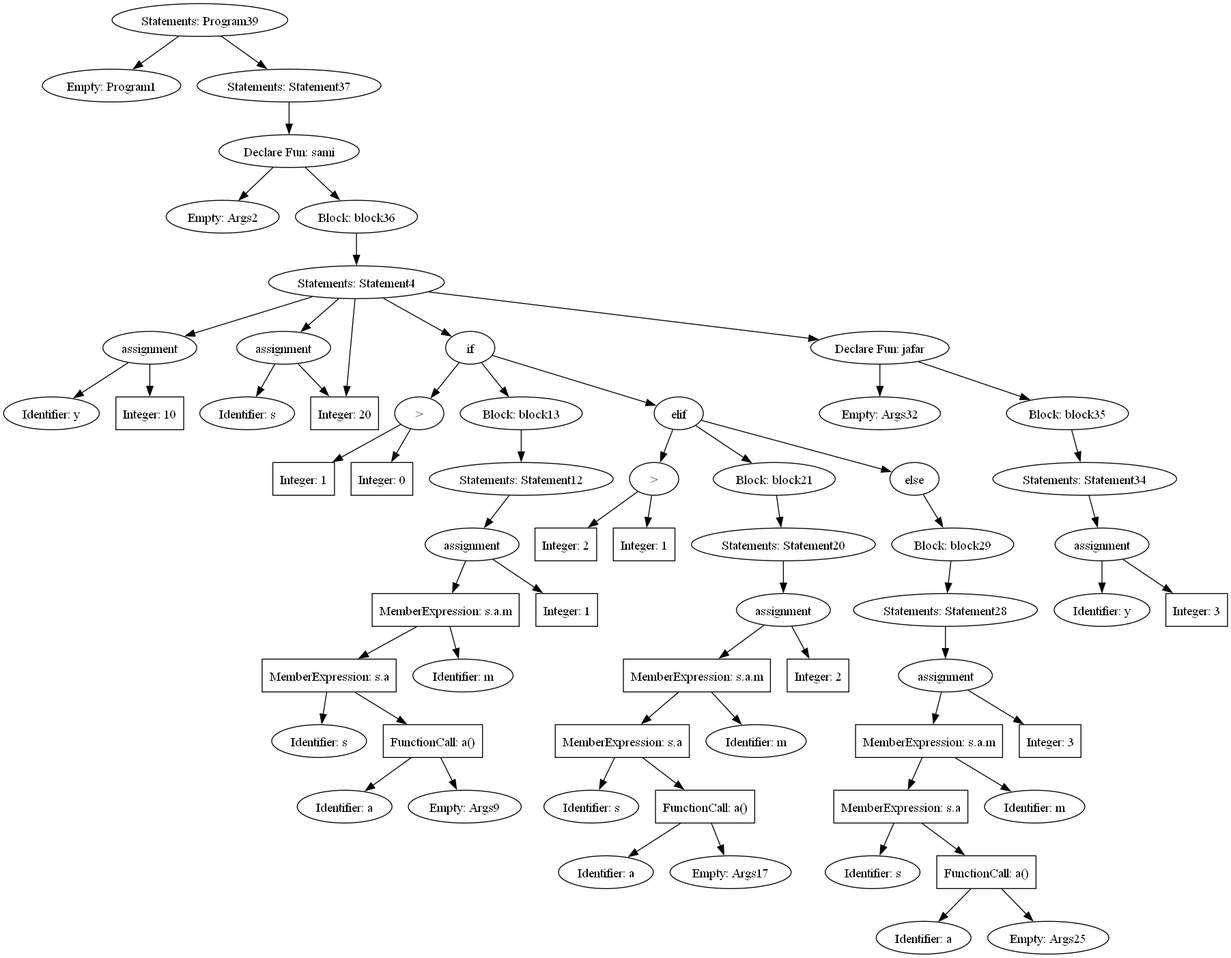
Above: test.png in ironicDude/compiler (Graphviz), before the change. Its source is kept beside it as test.gv.
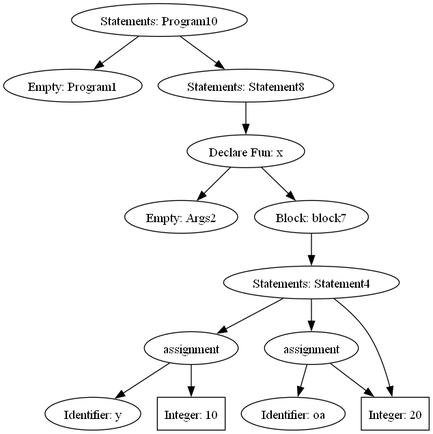
After the commit.

Commit message:
added while and del statements

Change to the diagram source:
```diff
@@ -1,16 +1,16 @@
 digraph G {
-	Program39 [label="Statements: Program39"]
-	Program39 -> Program1;
+	Program10 [label="Statements: Program10"]
+	Program10 -> Program1;
 	Program1 [label="Empty: Program1"]
-	Program39 -> Statement37;
-	Statement37 [label="Statements: Statement37"]
-	Statement37 -> sami;
-	sami [label="Declare Fun: sami"]
-	sami -> Args2;
+	Program10 -> Statement8;
+	Statement8 [label="Statements: Statement8"]
+	Statement8 -> x;
+	x [label="Declare Fun: x"]
+	x -> Args2;
 	Args2 [label="Empty: Args2"]
-	sami -> block36;
-	block36 [label="Block: block36"]
-	block36 -> Statement4;
+	x -> block7;
+	block7 [label="Block: block7"]
+	block7 -> Statement4;
 	Statement4 [label="Statements: Statement4"]
 	Statement4 -> assignment4;
 	assignment4 [label="assignment"]
@@ -21,107 +21,9 @@
 	Statement4 -> assignment7;
 	assignment7 [label="assignment"]
 	assignment7 -> identifire6;
-	identifire6 [label="Identifier: s"]
+	identifire6 [label="Identifier: oa"]
 	assignment7 -> INTEGER4;
 	INTEGER4 [shape=box,label="Integer: 20"]
 	Statement4 -> INTEGER4;
 	INTEGER4 [shape=box,label="Integer: 20"]
-	Statement4 -> ConditionalStatement_if15;
-	ConditionalStatement_if15 [label="if"]
-	ConditionalStatement_if15 -> BinaryLogicalExpression_INTEGER5GREATERTHANINTEGER6;
-	BinaryLogicalExpression_INTEGER5GREATERTHANINTEGER6 [label=">"]
-	BinaryLogicalExpression_INTEGER5GREATERTHANINTEGER6 -> INTEGER5;
-	INTEGER5 [shape=box,label="Integer: 1"]
-	BinaryLogicalExpression_INTEGER5GREATERTHANINTEGER6 -> INTEGER6;
-	INTEGER6 [shape=box,label="Integer: 0"]
-	ConditionalStatement_if15 -> block13;
-	block13 [label="Block: block13"]
-	block13 -> Statement12;
-	Statement12 [label="Statements: Statement12"]
-	Statement12 -> assignment12;
-	assignment12 [label="assignment"]
-	assignment12 -> identifire8a10identifire11;
-	identifire8a10identifire11 [shape=box,label="MemberExpression: s.a.m"]
-	identifire8a10identifire11 -> identifire8a10;
-	identifire8a10 [shape=box,label="MemberExpression: s.a"]
-	identifire8a10 -> identifire8;
-	identifire8 [label="Identifier: s"]
-	identifire8a10 -> a10;
-	a10 [shape=box,label="FunctionCall: a()"]
-	a10 -> IDENTIFIER8;
-	IDENTIFIER8 [label="Identifier: a"]
-	a10 -> Args9;
-	Args9 [label="Empty: Args9"]
-	identifire8a10identifire11 -> identifire11;
-	identifire11 [label="Identifier: m"]
-	assignment12 -> INTEGER10;
-	INTEGER10 [shape=box,label="Integer: 1"]
-	ConditionalStatement_if15 -> ConditionalStatement_elif23;
-	ConditionalStatement_elif23 [label="elif"]
-	ConditionalStatement_elif23 -> BinaryLogicalExpression_INTEGER11GREATERTHANINTEGER12;
-	BinaryLogicalExpression_INTEGER11GREATERTHANINTEGER12 [label=">"]
-	BinaryLogicalExpression_INTEGER11GREATERTHANINTEGER12 -> INTEGER11;
-	INTEGER11 [shape=box,label="Integer: 2"]
-	BinaryLogicalExpression_INTEGER11GREATERTHANINTEGER12 -> INTEGER12;
-	INTEGER12 [shape=box,label="Integer: 1"]
-	ConditionalStatement_elif23 -> block21;
-	block21 [label="Block: block21"]
-	block21 -> Statement20;
-	Statement20 [label="Statements: Statement20"]
-	Statement20 -> assignment20;
-	assignment20 [label="assignment"]
-	assignment20 -> identifire16a18identifire19;
-	identifire16a18identifire19 [shape=box,label="MemberExpression: s.a.m"]
-	identifire16a18identifire19 -> identifire16a18;
-	identifire16a18 [shape=box,label="MemberExpression: s.a"]
-	identifire16a18 -> identifire16;
-	identifire16 [label="Identifier: s"]
-	identifire16a18 -> a18;
-	a18 [shape=box,label="FunctionCall: a()"]
-	a18 -> IDENTIFIER14;
-	IDENTIFIER14 [label="Identifier: a"]
-	a18 -> Args17;
-	Args17 [label="Empty: Args17"]
-	identifire16a18identifire19 -> identifire19;
-	identifire19 [label="Identifier: m"]
-	assignment20 -> INTEGER16;
-	INTEGER16 [shape=box,label="Integer: 2"]
-	ConditionalStatement_elif23 -> ConditionalStatement_else31;
-	ConditionalStatement_else31 [label="else"]
-	ConditionalStatement_else31 -> block29;
-	block29 [label="Block: block29"]
-	block29 -> Statement28;
-	Statement28 [label="Statements: Statement28"]
-	Statement28 -> assignment28;
-	assignment28 [label="assignment"]
-	assignment28 -> identifire24a26identifire27;
-	identifire24a26identifire27 [shape=box,label="MemberExpression: s.a.m"]
-	identifire24a26identifire27 -> identifire24a26;
-	identifire24a26 [shape=box,label="MemberExpression: s.a"]
-	identifire24a26 -> identifire24;
-	identifire24 [label="Identifier: s"]
-	identifire24a26 -> a26;
-	a26 [shape=box,label="FunctionCall: a()"]
-	a26 -> IDENTIFIER18;
-	IDENTIFIER18 [label="Identifier: a"]
-	a26 -> Args25;
-	Args25 [label="Empty: Args25"]
-	identifire24a26identifire27 -> identifire27;
-	identifire27 [label="Identifier: m"]
-	assignment28 -> INTEGER20;
-	INTEGER20 [shape=box,label="Integer: 3"]
-	Statement4 -> jafar;
-	jafar [label="Declare Fun: jafar"]
-	jafar -> Args32;
-	Args32 [label="Empty: Args32"]
-	jafar -> block35;
-	block35 [label="Block: block35"]
-	block35 -> Statement34;
-	Statement34 [label="Statements: Statement34"]
-	Statement34 -> assignment34;
-	assignment34 [label="assignment"]
-	assignment34 -> identifire33;
-	identifire33 [label="Identifier: y"]
-	assignment34 -> INTEGER23;
-	INTEGER23 [shape=box,label="Integer: 3"]
 }
```
